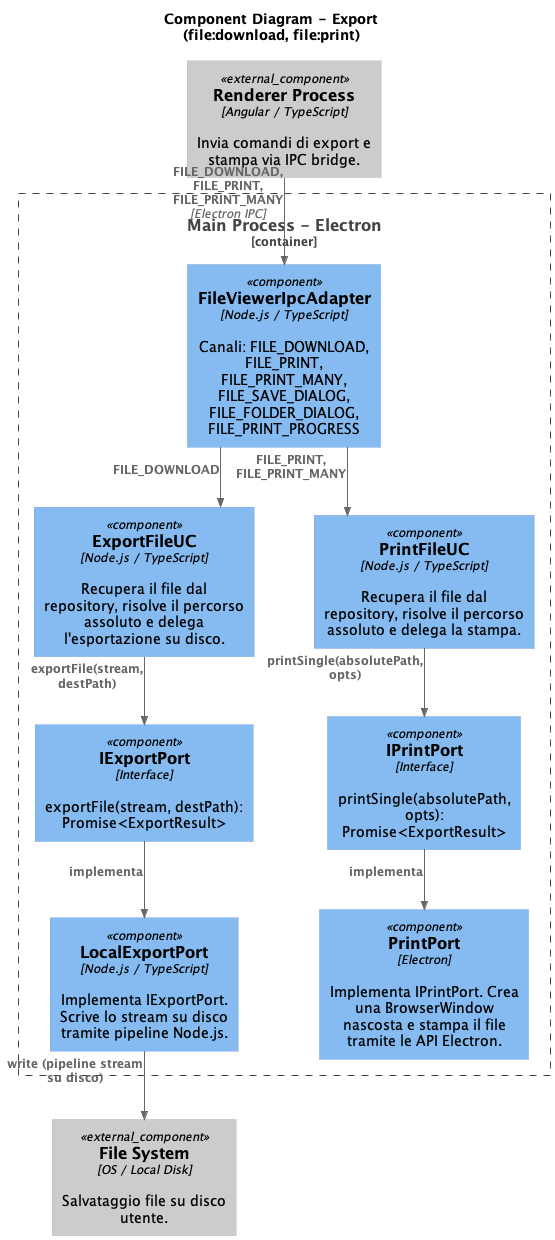
Before: out/3_PB/DocumentiEsterni/DiagrammiSpecificaTecnica/generated_/architecture/c1-c3/C3_main_export/Component Diagram - Export.png, a diagram exported from PlantUML (7-ZPUs/Docs). Its diagram source:
```plantuml
@startuml Component Diagram - Export
!include https://raw.githubusercontent.com/plantuml-stdlib/C4-PlantUML/master/C4_Component.puml
title Component Diagram - Export\n(file:download, file:print)

LAYOUT_TOP_DOWN()
skinparam linetype ortho
skinparam shadowing false
skinparam wrapWidth 200
skinparam nodesep 60
skinparam ranksep 60

Component_Ext(renderer,   "Renderer Process", "Angular / TypeScript", "Invia comandi di export e stampa via IPC bridge.")
Component_Ext(filesystem, "File System",       "OS / Local Disk",      "Salvataggio file su disco utente.")

Container_Boundary(main, "Main Process - Electron") {
    Component(file_ipc,       "FileViewerIpcAdapter",   "Node.js / TypeScript", "Canali: FILE_DOWNLOAD, FILE_PRINT, FILE_PRINT_MANY,\nFILE_SAVE_DIALOG, FILE_FOLDER_DIALOG, FILE_PRINT_PROGRESS")
    Component(uc_export_file, "ExportFileUC",           "Node.js / TypeScript", "Recupera il file dal repository, risolve il percorso assoluto e delega l'esportazione su disco.")
    Component(uc_print_file,  "PrintFileUC",            "Node.js / TypeScript", "Recupera il file dal repository, risolve il percorso assoluto e delega la stampa.")
    Component(port_export,    "IExportPort",            "Interface",            "exportFile(stream, destPath): Promise<ExportResult>")
    Component(port_print,     "IPrintPort",             "Interface",            "printSingle(absolutePath, opts): Promise<ExportResult>")
    Component(local_export,   "LocalExportPort",        "Node.js / TypeScript", "Implementa IExportPort. Scrive lo stream su disco tramite pipeline Node.js.")
    Component(print_port,     "PrintPort",              "Electron",             "Implementa IPrintPort. Crea una BrowserWindow nascosta e stampa il file tramite le API Electron.")
}

Rel_D(renderer,       file_ipc,       "FILE_DOWNLOAD, FILE_PRINT, FILE_PRINT_MANY", "Electron IPC")
Rel_D(file_ipc,       uc_export_file, "FILE_DOWNLOAD")
Rel_D(file_ipc,       uc_print_file,  "FILE_PRINT, FILE_PRINT_MANY")
Rel_D(uc_export_file, port_export,    "exportFile(stream, destPath)")
Rel_D(uc_print_file,  port_print,     "printSingle(absolutePath, opts)")
Rel_D(port_export,    local_export,   "implementa")
Rel_D(port_print,     print_port,     "implementa")
Rel_D(local_export,   filesystem,     "write (pipeline stream su disco)")

@enduml
```
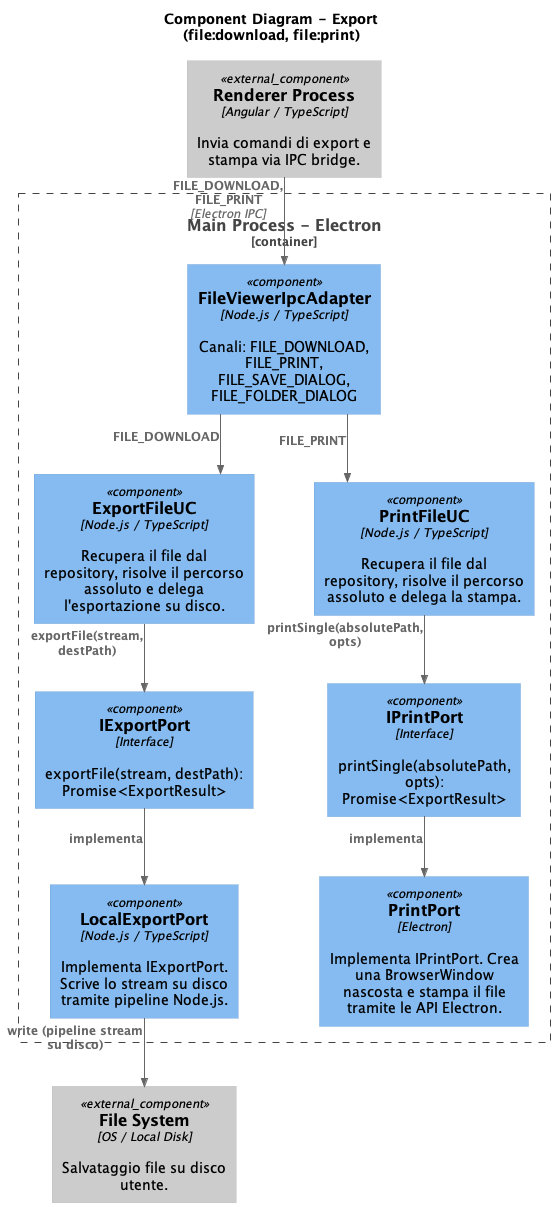
Later version of the same file.

What changed in the source:
```diff
@@ -13,7 +13,7 @@
 Component_Ext(filesystem, "File System",       "OS / Local Disk",      "Salvataggio file su disco utente.")
 
 Container_Boundary(main, "Main Process - Electron") {
-    Component(file_ipc,       "FileViewerIpcAdapter",   "Node.js / TypeScript", "Canali: FILE_DOWNLOAD, FILE_PRINT, FILE_PRINT_MANY,\nFILE_SAVE_DIALOG, FILE_FOLDER_DIALOG, FILE_PRINT_PROGRESS")
+    Component(file_ipc,       "FileViewerIpcAdapter",   "Node.js / TypeScript", "Canali: FILE_DOWNLOAD, FILE_PRINT,\nFILE_SAVE_DIALOG, FILE_FOLDER_DIALOG")
     Component(uc_export_file, "ExportFileUC",           "Node.js / TypeScript", "Recupera il file dal repository, risolve il percorso assoluto e delega l'esportazione su disco.")
     Component(uc_print_file,  "PrintFileUC",            "Node.js / TypeScript", "Recupera il file dal repository, risolve il percorso assoluto e delega la stampa.")
     Component(port_export,    "IExportPort",            "Interface",            "exportFile(stream, destPath): Promise<ExportResult>")
@@ -22,9 +22,9 @@
     Component(print_port,     "PrintPort",              "Electron",             "Implementa IPrintPort. Crea una BrowserWindow nascosta e stampa il file tramite le API Electron.")
 }
 
-Rel_D(renderer,       file_ipc,       "FILE_DOWNLOAD, FILE_PRINT, FILE_PRINT_MANY", "Electron IPC")
+Rel_D(renderer,       file_ipc,       "FILE_DOWNLOAD, FILE_PRINT", "Electron IPC")
 Rel_D(file_ipc,       uc_export_file, "FILE_DOWNLOAD")
-Rel_D(file_ipc,       uc_print_file,  "FILE_PRINT, FILE_PRINT_MANY")
+Rel_D(file_ipc,       uc_print_file,  "FILE_PRINT")
 Rel_D(uc_export_file, port_export,    "exportFile(stream, destPath)")
 Rel_D(uc_print_file,  port_print,     "printSingle(absolutePath, opts)")
 Rel_D(port_export,    local_export,   "implementa")
```
